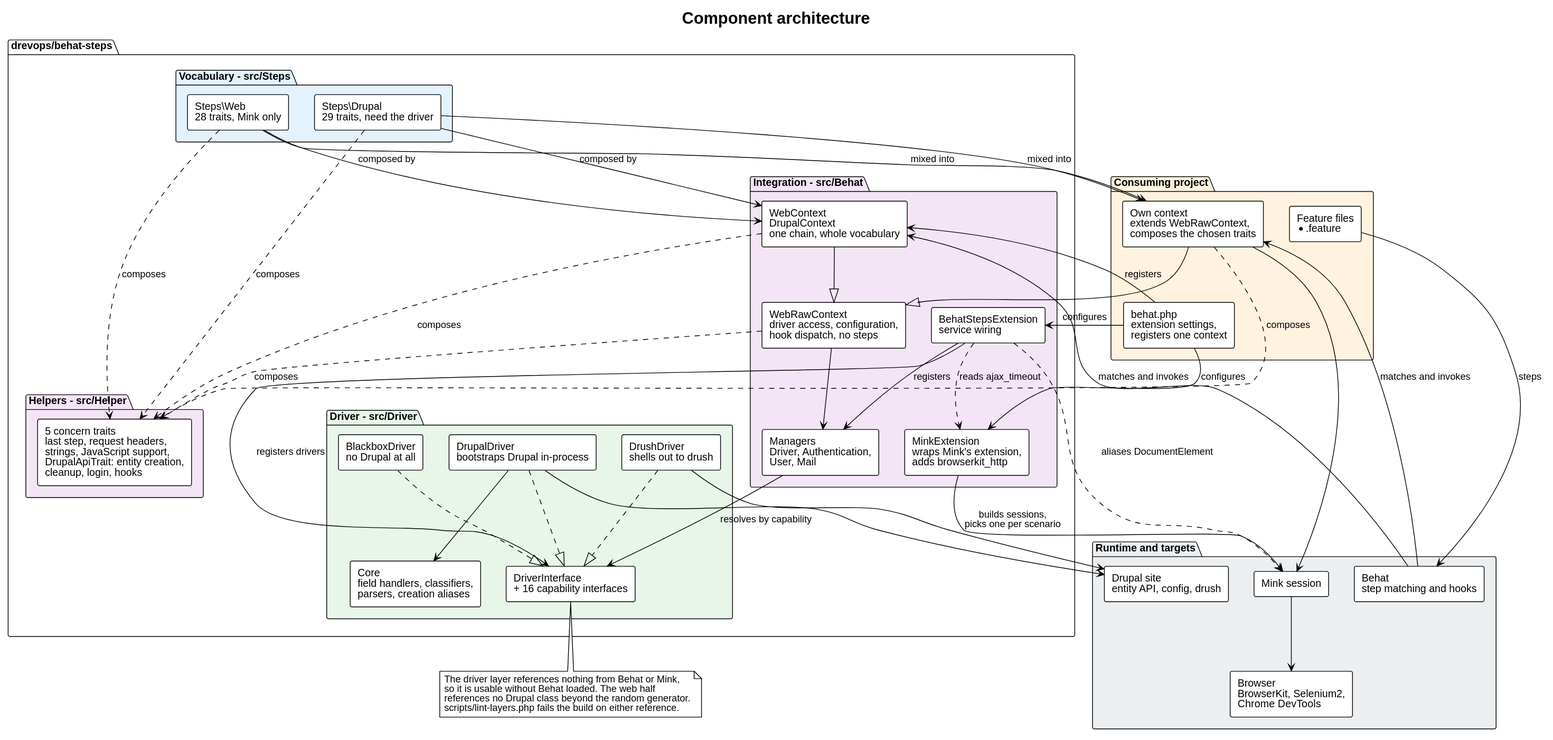
The PlantUML diagram docs/architecture/architecture.svg in drevops/behat-steps, before a commit.
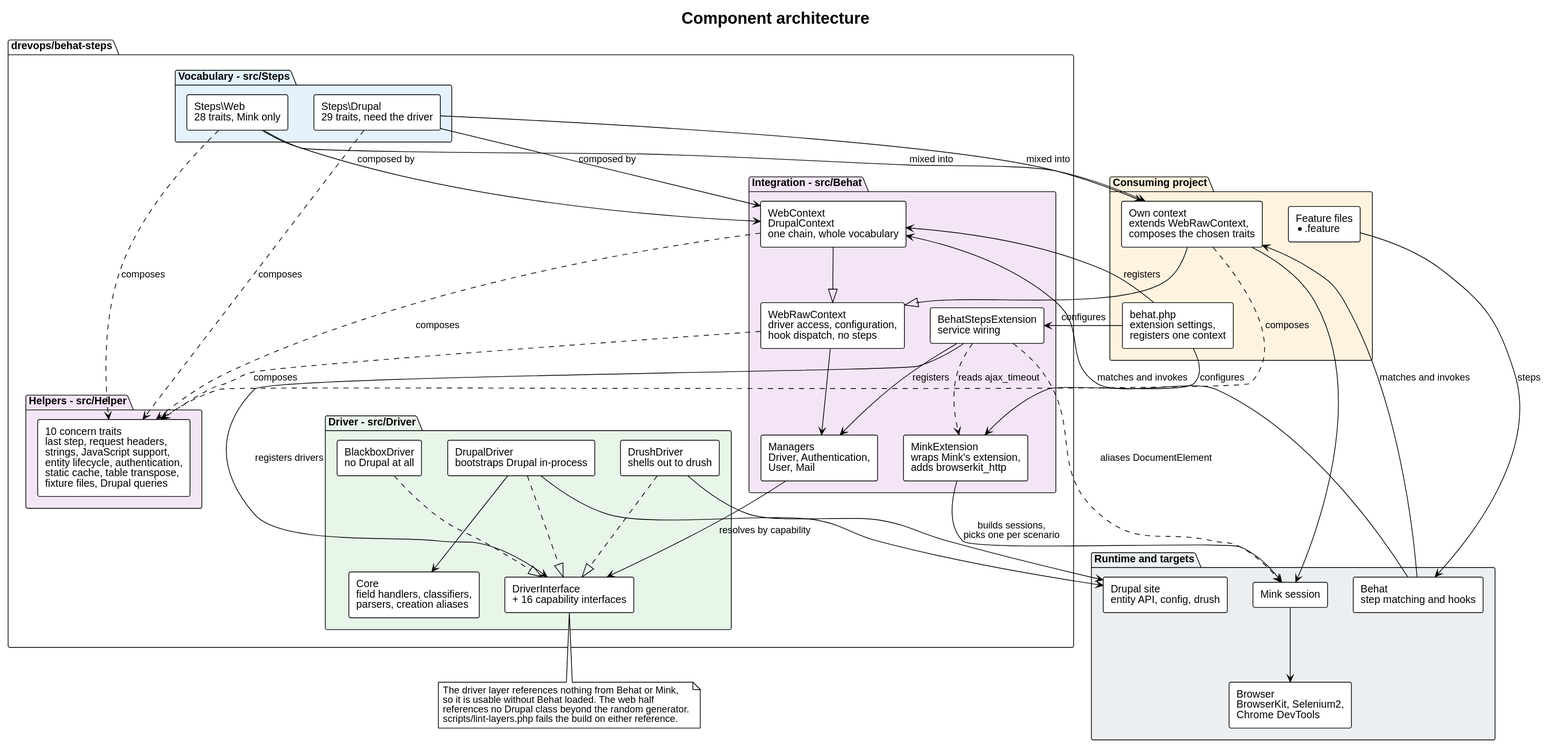
The same diagram one commit later.

Diff of the diagram source:
```diff
@@ -20,7 +20,7 @@
   }
 
   package "Helpers - src/Helper" #F3E5F5 {
-    component "5 concern traits\nlast step, request headers,\nstrings, JavaScript support,\nDrupalApiTrait: entity creation,\ncleanup, login, hooks" as Helpers
+    component "10 concern traits\nlast step, request headers,\nstrings, JavaScript support,\nentity lifecycle, authentication,\nstatic cache, table transpose,\nfixture files, Drupal queries" as Helpers
   }
 
   package "Integration - src/Behat" #F3E5F5 {
```
